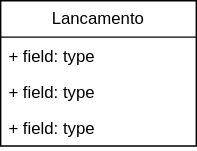
Above: Class.drawio.svg in Krittz/livro-caixa (draw.io), before the change. Source tidied: cells renumbered, new cells last; positions are measured from the earlier drawing's top-left corner, leaving out a move shared by most shapes.
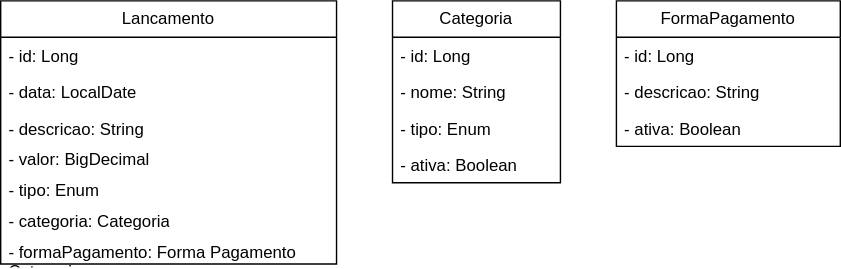
The same file after the commit.

Change to the diagram source:
```diff
@@ -3,16 +3,55 @@
     <mxCell id="0" />
     <mxCell id="1" parent="0" />
     <mxCell id="2" value="Lancamento" style="swimlane;fontStyle=0;horizontal=1;startSize=26;fillColor=none;whiteSpace=wrap;html=1;" parent="1" vertex="1">
-      <mxGeometry width="140" height="104" as="geometry" />
+      <mxGeometry width="240" height="188" as="geometry" />
     </mxCell>
-    <mxCell id="3" value="+ field: type" style="text;strokeColor=none;fillColor=none;align=left;verticalAlign=top;spacingLeft=4;spacingRight=4;overflow=hidden;whiteSpace=wrap;html=1;" parent="2" vertex="1">
-      <mxGeometry y="26" width="140" height="26" as="geometry" />
+    <mxCell id="3" value="- id: Long" style="text;strokeColor=none;fillColor=none;align=left;verticalAlign=top;spacingLeft=4;spacingRight=4;overflow=hidden;whiteSpace=wrap;html=1;" parent="2" vertex="1">
+      <mxGeometry y="26" width="240" height="26" as="geometry" />
     </mxCell>
-    <mxCell id="4" value="+ field: type" style="text;strokeColor=none;fillColor=none;align=left;verticalAlign=top;spacingLeft=4;spacingRight=4;overflow=hidden;whiteSpace=wrap;html=1;" parent="2" vertex="1">
-      <mxGeometry y="52" width="140" height="26" as="geometry" />
+    <mxCell id="4" value="- data: LocalDate" style="text;strokeColor=none;fillColor=none;align=left;verticalAlign=top;spacingLeft=4;spacingRight=4;overflow=hidden;whiteSpace=wrap;html=1;" parent="2" vertex="1">
+      <mxGeometry y="52" width="240" height="26" as="geometry" />
     </mxCell>
-    <mxCell id="5" value="+ field: type" style="text;strokeColor=none;fillColor=none;align=left;verticalAlign=top;spacingLeft=4;spacingRight=4;overflow=hidden;whiteSpace=wrap;html=1;" parent="2" vertex="1">
-      <mxGeometry y="78" width="140" height="26" as="geometry" />
+    <mxCell id="5" value="- descricao: String" style="text;strokeColor=none;fillColor=none;align=left;verticalAlign=top;spacingLeft=4;spacingRight=4;overflow=hidden;whiteSpace=wrap;html=1;" parent="2" vertex="1">
+      <mxGeometry y="78" width="240" height="22" as="geometry" />
     </mxCell>
+    <mxCell id="6" value="- valor: BigDecimal" style="text;strokeColor=none;fillColor=none;align=left;verticalAlign=top;spacingLeft=4;spacingRight=4;overflow=hidden;whiteSpace=wrap;html=1;" parent="2" vertex="1">
+      <mxGeometry y="100" width="240" height="22" as="geometry" />
+    </mxCell>
+    <mxCell id="7" value="- tipo: Enum" style="text;strokeColor=none;fillColor=none;align=left;verticalAlign=top;spacingLeft=4;spacingRight=4;overflow=hidden;whiteSpace=wrap;html=1;" parent="2" vertex="1">
+      <mxGeometry y="122" width="240" height="22" as="geometry" />
+    </mxCell>
+    <mxCell id="8" value="- categoria: Categoria" style="text;strokeColor=none;fillColor=none;align=left;verticalAlign=top;spacingLeft=4;spacingRight=4;overflow=hidden;whiteSpace=wrap;html=1;" parent="2" vertex="1">
+      <mxGeometry y="144" width="240" height="22" as="geometry" />
+    </mxCell>
+    <mxCell id="9" value="- formaPagamento: Forma Pagamento Categoria" style="text;strokeColor=none;fillColor=none;align=left;verticalAlign=top;spacingLeft=4;spacingRight=4;overflow=hidden;whiteSpace=wrap;html=1;" parent="2" vertex="1">
+      <mxGeometry y="166" width="240" height="22" as="geometry" />
+    </mxCell>
+    <mxCell id="10" value="Categoria" style="swimlane;fontStyle=0;horizontal=1;startSize=26;fillColor=none;whiteSpace=wrap;html=1;" parent="1" vertex="1">
+      <mxGeometry x="280" width="120" height="130" as="geometry" />
+    </mxCell>
+    <mxCell id="11" value="- id: Long" style="text;strokeColor=none;fillColor=none;align=left;verticalAlign=top;spacingLeft=4;spacingRight=4;overflow=hidden;whiteSpace=wrap;html=1;" parent="10" vertex="1">
+      <mxGeometry y="26" width="120" height="26" as="geometry" />
+    </mxCell>
+    <mxCell id="12" value="- nome: String" style="text;strokeColor=none;fillColor=none;align=left;verticalAlign=top;spacingLeft=4;spacingRight=4;overflow=hidden;whiteSpace=wrap;html=1;" parent="10" vertex="1">
+      <mxGeometry y="52" width="120" height="26" as="geometry" />
+    </mxCell>
+    <mxCell id="13" value="- tipo: Enum" style="text;strokeColor=none;fillColor=none;align=left;verticalAlign=top;spacingLeft=4;spacingRight=4;overflow=hidden;whiteSpace=wrap;html=1;" parent="10" vertex="1">
+      <mxGeometry y="78" width="120" height="26" as="geometry" />
+    </mxCell>
+    <mxCell id="14" value="- ativa: Boolean" style="text;strokeColor=none;fillColor=none;align=left;verticalAlign=top;spacingLeft=4;spacingRight=4;overflow=hidden;whiteSpace=wrap;html=1;" parent="10" vertex="1">
+      <mxGeometry y="104" width="120" height="26" as="geometry" />
+    </mxCell>
+    <mxCell id="15" value="FormaPagamento" style="swimlane;fontStyle=0;horizontal=1;startSize=26;fillColor=none;whiteSpace=wrap;html=1;" parent="1" vertex="1">
+      <mxGeometry x="440" width="160" height="104" as="geometry" />
+    </mxCell>
+    <mxCell id="16" value="- id: Long" style="text;strokeColor=none;fillColor=none;align=left;verticalAlign=top;spacingLeft=4;spacingRight=4;overflow=hidden;whiteSpace=wrap;html=1;" parent="15" vertex="1">
+      <mxGeometry y="26" width="160" height="26" as="geometry" />
+    </mxCell>
+    <mxCell id="17" value="- descricao: String" style="text;strokeColor=none;fillColor=none;align=left;verticalAlign=top;spacingLeft=4;spacingRight=4;overflow=hidden;whiteSpace=wrap;html=1;" parent="15" vertex="1">
+      <mxGeometry y="52" width="160" height="26" as="geometry" />
+    </mxCell>
+    <mxCell id="18" value="- ativa: Boolean" style="text;strokeColor=none;fillColor=none;align=left;verticalAlign=top;spacingLeft=4;spacingRight=4;overflow=hidden;whiteSpace=wrap;html=1;" parent="15" vertex="1">
+      <mxGeometry y="78" width="160" height="26" as="geometry" />
+    </mxCell>
   </root>
 </mxGraphModel>
```
